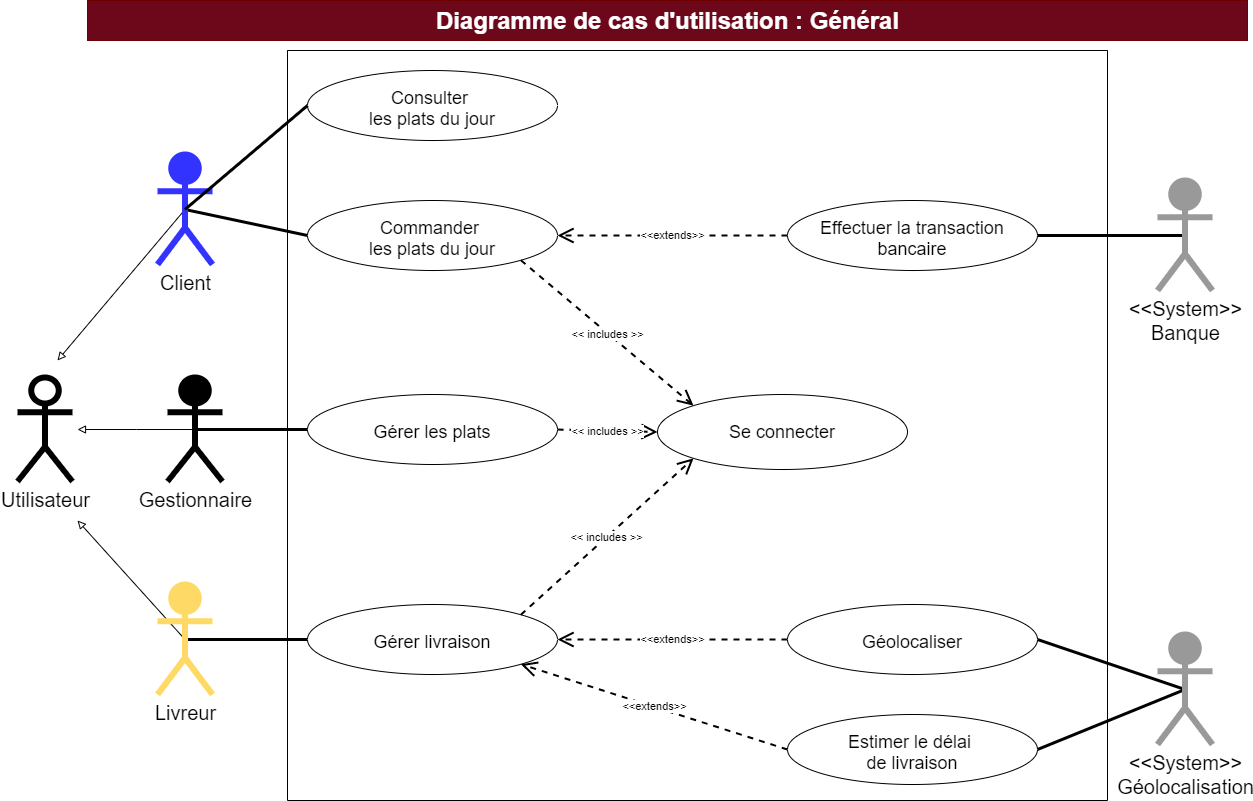
Earlier version of the draw.io export P4_00_UML_DiagrammeCasUtilisation_General.png (siakamansaly/Conception_UML_SQL). Source tidied: cells renumbered, new cells last; positions are measured from the earlier drawing's top-left corner, leaving out a move shared by most shapes.
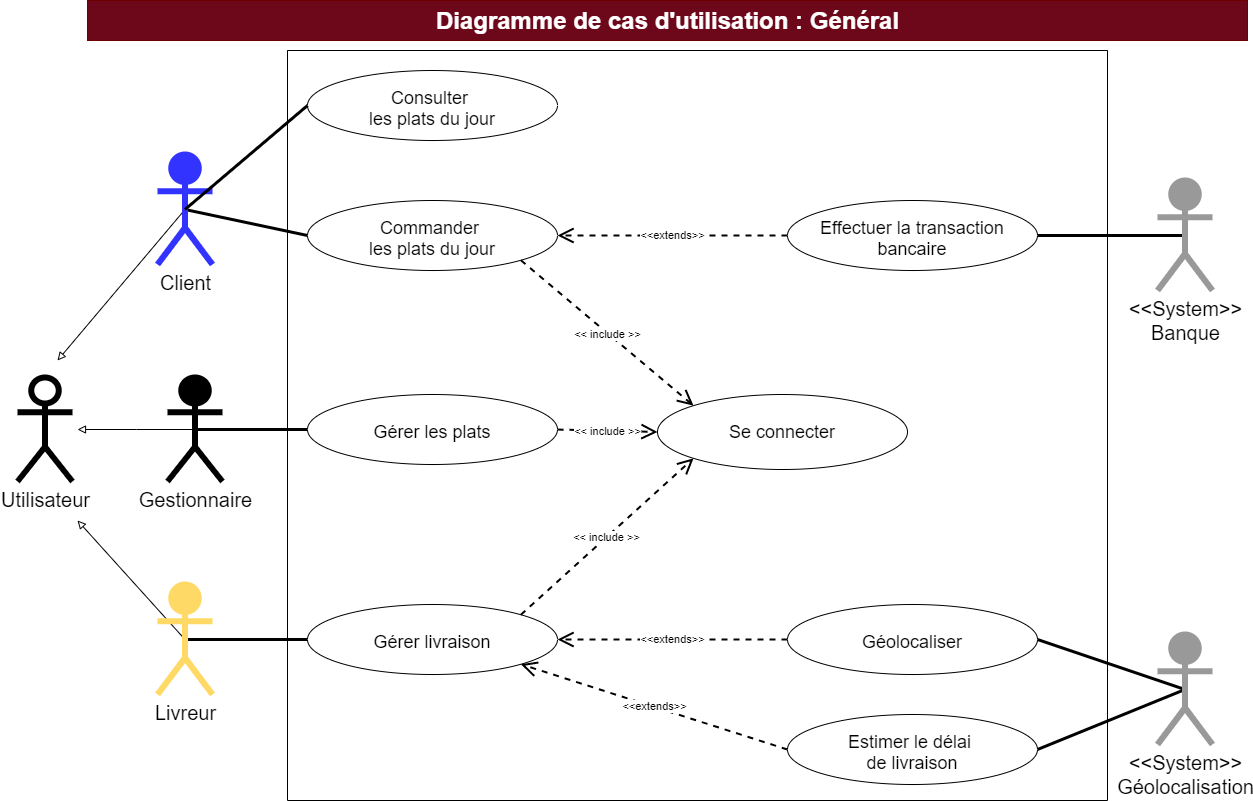
Later version of the same file.

Commit message:
correction of the text "include"

What changed in the source:
```diff
@@ -38,14 +38,14 @@
     <mxCell id="12" value="Gérer les plats" style="ellipse;whiteSpace=wrap;html=1;align=center;fontSize=18;spacingTop=5;" parent="2" vertex="1">
       <mxGeometry x="20" y="344" width="250" height="70" as="geometry" />
     </mxCell>
-    <object id="13" label="&amp;lt;&amp;lt; includes &amp;gt;&amp;gt;" placeholders="1">
+    <object id="13" label="&amp;lt;&amp;lt; include &amp;gt;&amp;gt;" placeholders="1">
       <mxCell style="endArrow=open;endSize=12;dashed=1;html=1;rounded=1;shadow=0;sketch=0;strokeWidth=2;exitX=1;exitY=1;exitDx=0;exitDy=0;entryX=0;entryY=0;entryDx=0;entryDy=0;" parent="2" edge="1" source="11" target="4">
         <mxGeometry relative="1" as="geometry">
           <mxPoint y="1" as="offset" />
         </mxGeometry>
       </mxCell>
     </object>
-    <object id="14" label="&amp;lt;&amp;lt; includes &amp;gt;&amp;gt;" placeholders="1">
+    <object id="14" label="&amp;lt;&amp;lt; include &amp;gt;&amp;gt;" placeholders="1">
       <mxCell style="endArrow=open;endSize=12;dashed=1;html=1;rounded=1;shadow=0;sketch=0;strokeWidth=2;exitX=1;exitY=0.5;exitDx=0;exitDy=0;entryX=0;entryY=0.5;entryDx=0;entryDy=0;" parent="2" edge="1" source="12" target="4">
         <mxGeometry relative="1" as="geometry">
           <mxPoint y="1" as="offset" />
@@ -55,7 +55,7 @@
     <mxCell id="15" value="Gérer livraison" style="ellipse;whiteSpace=wrap;html=1;align=center;fontSize=18;spacingTop=5;" parent="2" vertex="1">
       <mxGeometry x="20" y="554" width="250" height="70" as="geometry" />
     </mxCell>
-    <object id="16" label="&amp;lt;&amp;lt; includes &amp;gt;&amp;gt;" placeholders="1">
+    <object id="16" label="&amp;lt;&amp;lt; include &amp;gt;&amp;gt;" placeholders="1">
       <mxCell style="endArrow=open;endSize=12;dashed=1;html=1;rounded=1;shadow=0;sketch=0;strokeWidth=2;exitX=1;exitY=0;exitDx=0;exitDy=0;entryX=0;entryY=1;entryDx=0;entryDy=0;" parent="2" edge="1" source="15" target="4">
         <mxGeometry relative="1" as="geometry">
           <mxPoint y="1" as="offset" />
```
